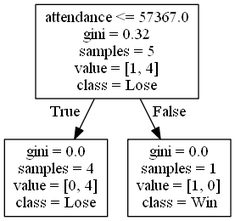
alexana-steck/CSE482Project keeps this Graphviz diagram as DecisionTrees/Pac-12decision_tree_no_score14.png. Above is the earlier version. Its source is kept beside it as DecisionTrees/Pac-12decision_tree_no_score14.dot.
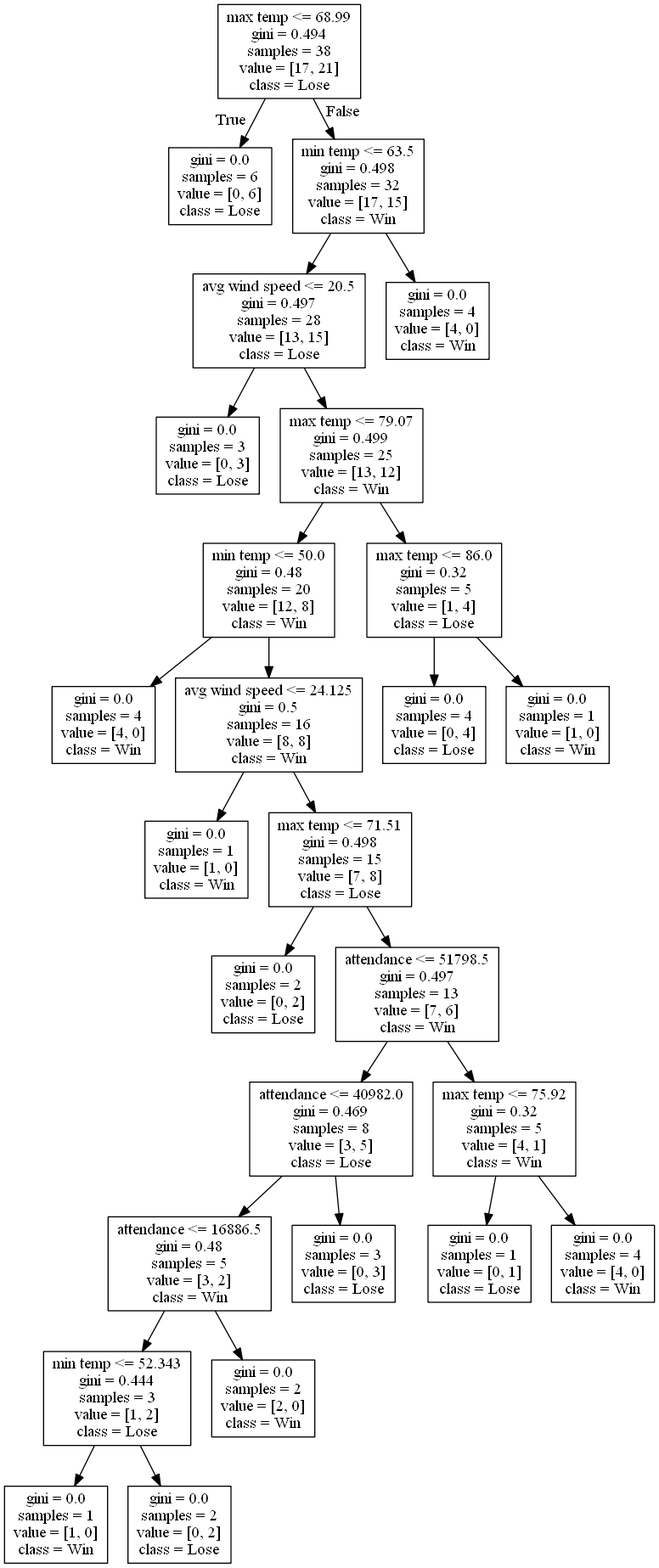
Later version of the same file.

What changed in the source:
```diff
@@ -1,8 +1,56 @@
 digraph Tree {
 node [shape=box] ;
-0 [label="attendance <= 57367.0\ngini = 0.32\nsamples = 5\nvalue = [1, 4]\nclass = Lose"] ;
-1 [label="gini = 0.0\nsamples = 4\nvalue = [0, 4]\nclass = Lose"] ;
+0 [label="max temp <= 68.99\ngini = 0.494\nsamples = 38\nvalue = [17, 21]\nclass = Lose"] ;
+1 [label="gini = 0.0\nsamples = 6\nvalue = [0, 6]\nclass = Lose"] ;
 0 -> 1 [labeldistance=2.5, labelangle=45, headlabel="True"] ;
-2 [label="gini = 0.0\nsamples = 1\nvalue = [1, 0]\nclass = Win"] ;
+2 [label="min temp <= 63.5\ngini = 0.498\nsamples = 32\nvalue = [17, 15]\nclass = Win"] ;
 0 -> 2 [labeldistance=2.5, labelangle=-45, headlabel="False"] ;
+3 [label="avg wind speed <= 20.5\ngini = 0.497\nsamples = 28\nvalue = [13, 15]\nclass = Lose"] ;
+2 -> 3 ;
+4 [label="gini = 0.0\nsamples = 3\nvalue = [0, 3]\nclass = Lose"] ;
+3 -> 4 ;
+5 [label="max temp <= 79.07\ngini = 0.499\nsamples = 25\nvalue = [13, 12]\nclass = Win"] ;
+3 -> 5 ;
+6 [label="min temp <= 50.0\ngini = 0.48\nsamples = 20\nvalue = [12, 8]\nclass = Win"] ;
+5 -> 6 ;
+7 [label="gini = 0.0\nsamples = 4\nvalue = [4, 0]\nclass = Win"] ;
+6 -> 7 ;
+8 [label="avg wind speed <= 24.125\ngini = 0.5\nsamples = 16\nvalue = [8, 8]\nclass = Win"] ;
+6 -> 8 ;
+9 [label="gini = 0.0\nsamples = 1\nvalue = [1, 0]\nclass = Win"] ;
+8 -> 9 ;
+10 [label="max temp <= 71.51\ngini = 0.498\nsamples = 15\nvalue = [7, 8]\nclass = Lose"] ;
+8 -> 10 ;
+11 [label="gini = 0.0\nsamples = 2\nvalue = [0, 2]\nclass = Lose"] ;
+10 -> 11 ;
+12 [label="attendance <= 51798.5\ngini = 0.497\nsamples = 13\nvalue = [7, 6]\nclass = Win"] ;
+10 -> 12 ;
+13 [label="attendance <= 40982.0\ngini = 0.469\nsamples = 8\nvalue = [3, 5]\nclass = Lose"] ;
+12 -> 13 ;
+14 [label="attendance <= 16886.5\ngini = 0.48\nsamples = 5\nvalue = [3, 2]\nclass = Win"] ;
+13 -> 14 ;
+15 [label="min temp <= 52.343\ngini = 0.444\nsamples = 3\nvalue = [1, 2]\nclass = Lose"] ;
+14 -> 15 ;
+16 [label="gini = 0.0\nsamples = 1\nvalue = [1, 0]\nclass = Win"] ;
+15 -> 16 ;
+17 [label="gini = 0.0\nsamples = 2\nvalue = [0, 2]\nclass = Lose"] ;
+15 -> 17 ;
+18 [label="gini = 0.0\nsamples = 2\nvalue = [2, 0]\nclass = Win"] ;
+14 -> 18 ;
+19 [label="gini = 0.0\nsamples = 3\nvalue = [0, 3]\nclass = Lose"] ;
+13 -> 19 ;
+20 [label="max temp <= 75.92\ngini = 0.32\nsamples = 5\nvalue = [4, 1]\nclass = Win"] ;
+12 -> 20 ;
+21 [label="gini = 0.0\nsamples = 1\nvalue = [0, 1]\nclass = Lose"] ;
+20 -> 21 ;
+22 [label="gini = 0.0\nsamples = 4\nvalue = [4, 0]\nclass = Win"] ;
+20 -> 22 ;
+23 [label="max temp <= 86.0\ngini = 0.32\nsamples = 5\nvalue = [1, 4]\nclass = Lose"] ;
+5 -> 23 ;
+24 [label="gini = 0.0\nsamples = 4\nvalue = [0, 4]\nclass = Lose"] ;
+23 -> 24 ;
+25 [label="gini = 0.0\nsamples = 1\nvalue = [1, 0]\nclass = Win"] ;
+23 -> 25 ;
+26 [label="gini = 0.0\nsamples = 4\nvalue = [4, 0]\nclass = Win"] ;
+2 -> 26 ;
 }
```
